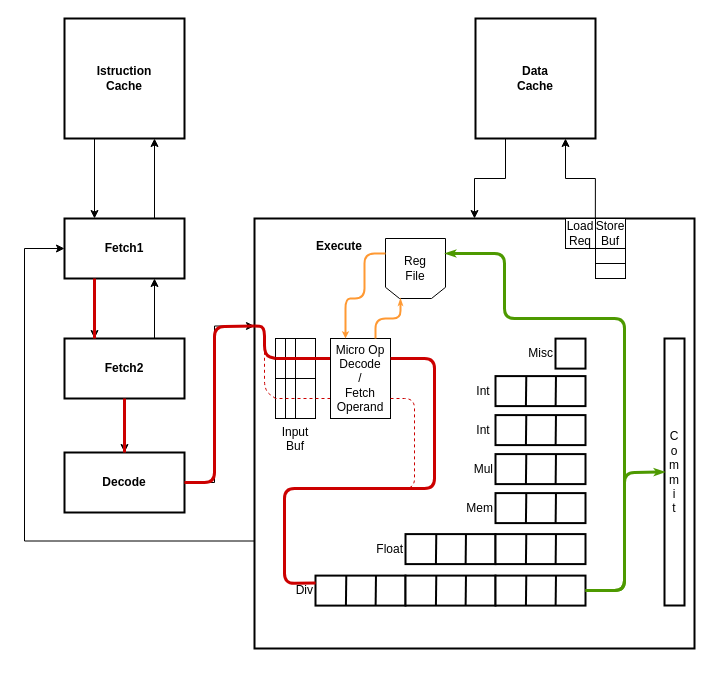
This is Diagrammi/MinorArmDivOp.drawio from The90Frank/MinorArmAnalyzer, a draw.io file, before an edit. Source tidied: cells renumbered, new cells numbered last; positions are measured from the earlier drawing's top-left corner, leaving out a move shared by most shapes. Both pictures are drawn from the tidied source at 100%, with x=0, y=0 at pixel (24, 18).
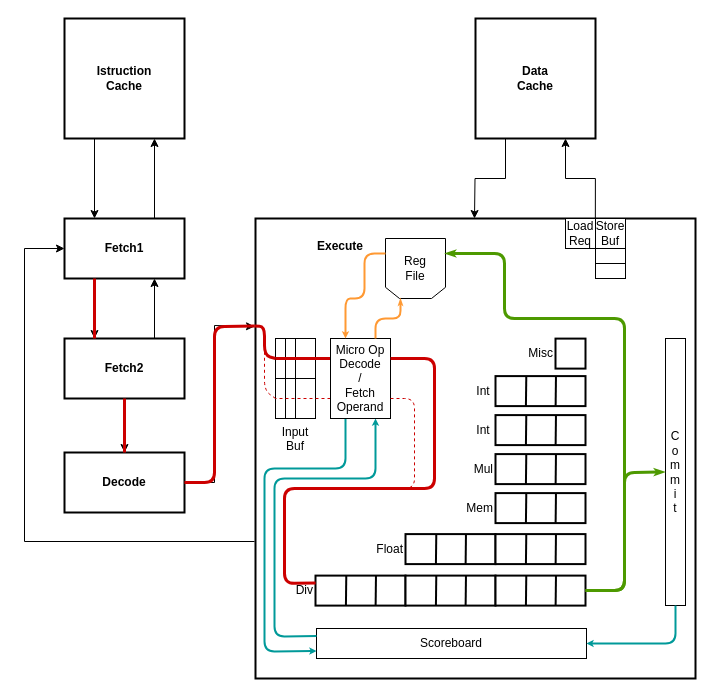
The same diagram, later.

Unchanged cells that the change refers to:
```xml
<mxCell id="6" value="Fetch1" style="rounded=0;whiteSpace=wrap;html=1;fontStyle=1;strokeWidth=2;" parent="1" vertex="1">
  <mxGeometry x="40" y="200" width="120" height="60" as="geometry" />
</mxCell>
<mxCell id="11" value="&lt;span&gt;Decode&lt;/span&gt;" style="rounded=0;whiteSpace=wrap;html=1;fontStyle=1;strokeWidth=2;" parent="1" vertex="1">
  <mxGeometry x="40" y="434" width="120" height="60" as="geometry" />
</mxCell>
<mxCell id="16" value="Data&lt;br&gt;Cache" style="rounded=0;whiteSpace=wrap;html=1;fontStyle=1;strokeWidth=2;" parent="1" vertex="1">
  <mxGeometry x="451" width="120" height="120" as="geometry" />
</mxCell>
<mxCell id="29" style="rounded=0;whiteSpace=wrap;html=1;align=right;labelPosition=left;verticalLabelPosition=middle;verticalAlign=middle;strokeWidth=2;" parent="1" vertex="1">
  <mxGeometry x="471" y="557.1" width="90" height="30" as="geometry" />
</mxCell>
<mxCell id="47" value="Input Buf" style="rounded=0;whiteSpace=wrap;html=1;align=center;labelPosition=center;verticalLabelPosition=bottom;verticalAlign=top;" parent="1" vertex="1">
  <mxGeometry x="251" y="320" width="40" height="80" as="geometry" />
</mxCell>
```

Diff of the diagram source:
```diff
@@
+    <mxCell id="14" value="&amp;nbsp; &amp;nbsp; &amp;nbsp; &amp;nbsp; &amp;nbsp; &lt;br&gt;&amp;nbsp; &amp;nbsp; &amp;nbsp; &amp;nbsp; &amp;nbsp; &amp;nbsp; &amp;nbsp; &amp;nbsp; &amp;nbsp; &lt;b&gt;Execute&lt;/b&gt;" style="rounded=0;whiteSpace=wrap;html=1;verticalAlign=top;labelPosition=center;verticalLabelPosition=middle;align=left;strokeWidth=2;" parent="1" vertex="1">
+      <mxGeometry x="231" y="200" width="440" height="460" as="geometry" />
+    </mxCell>
+    <mxCell id="52" value="C&lt;br&gt;o&lt;br&gt;m&lt;br&gt;m&lt;br&gt;i&lt;br&gt;t" style="rounded=0;whiteSpace=wrap;html=1;align=center;strokeWidth=1;" parent="1" vertex="1">
+      <mxGeometry x="641" y="320" width="20" height="267" as="geometry" />
+    </mxCell>
+    <mxCell id="71" value="Scoreboard" style="rounded=0;whiteSpace=wrap;html=1;strokeWidth=1;" parent="1" vertex="1">
+      <mxGeometry x="292" y="610" width="270" height="30" as="geometry" />
+    </mxCell>
+    <mxCell id="72" style="endArrow=classic;html=1;strokeColor=#009999;entryX=0;entryY=0.75;entryDx=0;entryDy=0;exitX=0.25;exitY=1;exitDx=0;exitDy=0;strokeWidth=2;startSize=3;endSize=1;" parent="1" edge="1" target="71">
+      <mxGeometry relative="1" as="geometry">
+        <mxPoint x="321" y="400" as="sourcePoint" />
+        <Array as="points">
+          <mxPoint x="321" y="450" />
+          <mxPoint x="240" y="450" />
+          <mxPoint x="240" y="633" />
+        </Array>
+      </mxGeometry>
+    </mxCell>
+    <mxCell id="73" style="endArrow=classic;html=1;strokeColor=#009999;entryX=0.75;entryY=1;entryDx=0;entryDy=0;exitX=0;exitY=0.25;exitDx=0;exitDy=0;strokeWidth=2;startSize=3;endSize=1;" parent="1" edge="1" source="71">
+      <mxGeometry relative="1" as="geometry">
+        <mxPoint x="351" y="400" as="targetPoint" />
+        <Array as="points">
+          <mxPoint x="250" y="618" />
+          <mxPoint x="250" y="460" />
+          <mxPoint x="351" y="460" />
+        </Array>
+      </mxGeometry>
+    </mxCell>
+    <mxCell id="74" style="endArrow=classic;html=1;strokeColor=#009999;entryX=1;entryY=0.5;entryDx=0;entryDy=0;exitX=0.5;exitY=1;exitDx=0;exitDy=0;strokeWidth=2;startSize=3;endSize=1;" parent="1" edge="1" source="52" target="71">
+      <mxGeometry relative="1" as="geometry">
+        <Array as="points">
+          <mxPoint x="651" y="625" />
+        </Array>
+      </mxGeometry>
+    </mxCell>
@@
-    <mxCell id="10" style="edgeStyle=orthogonalEdgeStyle;rounded=0;jettySize=auto;html=1;exitX=1;exitY=0.5;exitDx=0;exitDy=0;entryX=0;entryY=0.25;entryDx=0;entryDy=0;" parent="1" edge="1" source="11" target="14">
+    <mxCell id="10" style="edgeStyle=orthogonalEdgeStyle;rounded=0;jettySize=auto;html=1;exitX=1;exitY=0.5;exitDx=0;exitDy=0;entryX=0;entryY=0.25;entryDx=0;entryDy=0;" parent="1" edge="1" source="11">
       <mxGeometry relative="1" as="geometry">
+        <mxPoint x="230" y="308" as="targetPoint" />
         <Array as="points">
           <mxPoint x="190" y="464" />
           <mxPoint x="190" y="307" />
         </Array>
       </mxGeometry>
     </mxCell>
@@
-    <mxCell id="13" style="edgeStyle=orthogonalEdgeStyle;rounded=0;jettySize=auto;html=1;entryX=0;entryY=0.5;entryDx=0;entryDy=0;exitX=0;exitY=0.75;exitDx=0;exitDy=0;" parent="1" edge="1" source="14" target="6">
+    <mxCell id="13" style="edgeStyle=orthogonalEdgeStyle;rounded=0;jettySize=auto;html=1;entryX=0;entryY=0.5;entryDx=0;entryDy=0;exitX=0;exitY=0.75;exitDx=0;exitDy=0;" parent="1" edge="1" target="6">
       <mxGeometry relative="1" as="geometry">
+        <mxPoint x="230" y="523" as="sourcePoint" />
         <Array as="points">
           <mxPoint y="523" />
           <mxPoint y="230" />
         </Array>
       </mxGeometry>
     </mxCell>
-    <mxCell id="14" value="&amp;nbsp; &amp;nbsp; &amp;nbsp; &amp;nbsp; &amp;nbsp; &lt;br&gt;&amp;nbsp; &amp;nbsp; &amp;nbsp; &amp;nbsp; &amp;nbsp; &amp;nbsp; &amp;nbsp; &amp;nbsp; &amp;nbsp; &lt;b&gt;Execute&lt;/b&gt;" style="rounded=0;whiteSpace=wrap;html=1;verticalAlign=top;labelPosition=center;verticalLabelPosition=middle;align=left;strokeWidth=2;" parent="1" vertex="1">
-      <mxGeometry x="230" y="200" width="440" height="430" as="geometry" />
-    </mxCell>
-    <mxCell id="15" style="edgeStyle=orthogonalEdgeStyle;rounded=0;jettySize=auto;html=1;exitX=0.25;exitY=1;exitDx=0;exitDy=0;entryX=0.5;entryY=0;entryDx=0;entryDy=0;" parent="1" edge="1" source="16" target="14">
-      <mxGeometry relative="1" as="geometry" />
+    <mxCell id="15" style="edgeStyle=orthogonalEdgeStyle;rounded=0;jettySize=auto;html=1;exitX=0.25;exitY=1;exitDx=0;exitDy=0;entryX=0.5;entryY=0;entryDx=0;entryDy=0;" parent="1" edge="1" source="16">
+      <mxGeometry relative="1" as="geometry">
+        <mxPoint x="450" y="200" as="targetPoint" />
+      </mxGeometry>
     </mxCell>
@@
-    <mxCell id="52" value="C&lt;br&gt;o&lt;br&gt;m&lt;br&gt;m&lt;br&gt;i&lt;br&gt;t" style="rounded=0;whiteSpace=wrap;html=1;align=center;strokeWidth=2;" parent="1" vertex="1">
-      <mxGeometry x="640" y="320" width="20" height="267" as="geometry" />
-    </mxCell>
@@
-    <mxCell id="55" style="endArrow=none;html=1;strokeColor=#CC0000;strokeWidth=3;entryX=1;entryY=0.5;entryDx=0;entryDy=0;exitX=0;exitY=0.25;exitDx=0;exitDy=0;" parent="1" edge="1" source="14" target="11">
+    <mxCell id="55" style="endArrow=none;html=1;strokeColor=#CC0000;strokeWidth=3;entryX=1;entryY=0.5;entryDx=0;entryDy=0;exitX=0;exitY=0.25;exitDx=0;exitDy=0;" parent="1" edge="1" target="11">
       <mxGeometry relative="1" as="geometry">
+        <mxPoint x="230" y="307.5" as="sourcePoint" />
         <Array as="points">
           <mxPoint x="190" y="308" />
           <mxPoint x="190" y="464" />
         </Array>
       </mxGeometry>
     </mxCell>
-    <mxCell id="56" style="endArrow=none;html=1;strokeColor=#CC0000;strokeWidth=3;entryX=0;entryY=0.25;entryDx=0;entryDy=0;exitX=0;exitY=0.25;exitDx=0;exitDy=0;" parent="1" edge="1" source="47" target="14">
+    <mxCell id="56" style="endArrow=none;html=1;strokeColor=#CC0000;strokeWidth=3;entryX=0;entryY=0.25;entryDx=0;entryDy=0;exitX=0;exitY=0.25;exitDx=0;exitDy=0;" parent="1" edge="1" source="47">
       <mxGeometry relative="1" as="geometry">
+        <mxPoint x="230" y="307.5" as="targetPoint" />
         <Array as="points">
           <mxPoint x="240" y="337" />
           <mxPoint x="240" y="308" />
         </Array>
       </mxGeometry>
     </mxCell>
@@
-    <mxCell id="69" style="endArrow=classicThin;html=1;strokeColor=#4D9900;strokeWidth=3;endFill=1;startSize=4;endSize=1;entryX=0;entryY=0.5;entryDx=0;entryDy=0;exitX=1;exitY=0.5;exitDx=0;exitDy=0;" parent="1" edge="1" source="29" target="52">
+    <mxCell id="69" style="endArrow=classicThin;html=1;strokeColor=#4D9900;strokeWidth=3;endFill=1;startSize=4;endSize=1;entryX=0;entryY=0.5;entryDx=0;entryDy=0;exitX=1;exitY=0.5;exitDx=0;exitDy=0;" parent="1" edge="1" source="29">
       <mxGeometry relative="1" as="geometry">
+        <mxPoint x="640" y="453.5" as="targetPoint" />
         <Array as="points">
           <mxPoint x="600" y="572" />
           <mxPoint x="600" y="454" />
         </Array>
       </mxGeometry>
     </mxCell>
```
